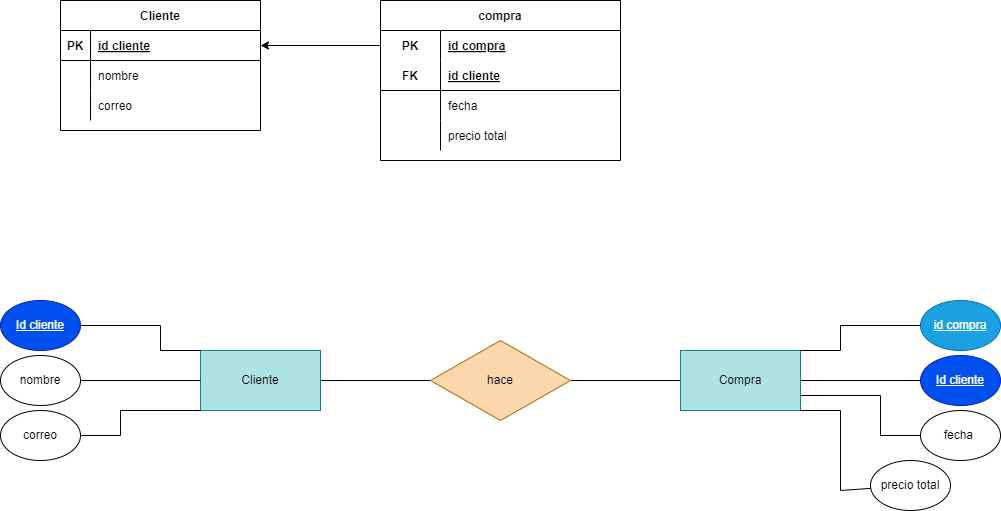
Earlier version of the draw.io export Tareas/Unidad2/ejercicio2.8.drawio.png (WhiteCascade/BAE). Source tidied: cells renumbered, new cells last; positions are measured from the earlier drawing's top-left corner, leaving out a move shared by most shapes.
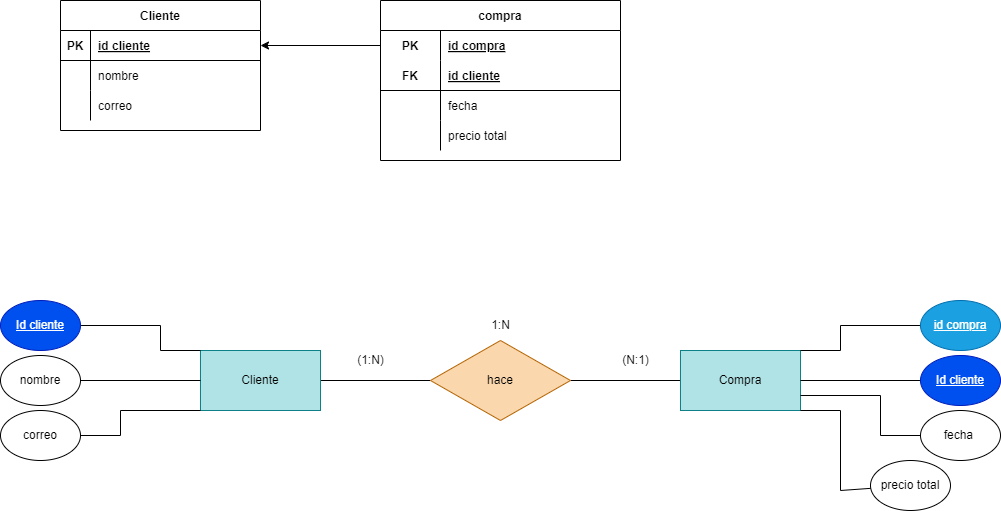
The same diagram one commit later.

Change to the diagram source:
```diff
@@ -156,5 +156,14 @@
     <mxCell id="44" value="precio total" style="ellipse;whiteSpace=wrap;html=1;" parent="1" vertex="1">
       <mxGeometry x="870" y="460" width="80" height="50" as="geometry" />
     </mxCell>
+    <mxCell id="45" value="(1:N)" style="text;html=1;align=center;verticalAlign=middle;strokeColor=none;fillColor=none;" parent="1" vertex="1">
+      <mxGeometry x="345" y="345" width="50" height="30" as="geometry" />
+    </mxCell>
+    <mxCell id="46" value="(N:1)" style="text;html=1;align=center;verticalAlign=middle;strokeColor=none;fillColor=none;" parent="1" vertex="1">
+      <mxGeometry x="610" y="345" width="50" height="30" as="geometry" />
+    </mxCell>
+    <mxCell id="47" value="1:N" style="text;html=1;align=center;verticalAlign=middle;strokeColor=none;fillColor=none;" parent="1" vertex="1">
+      <mxGeometry x="480" y="310" width="40" height="30" as="geometry" />
+    </mxCell>
   </root>
 </mxGraphModel>
```
